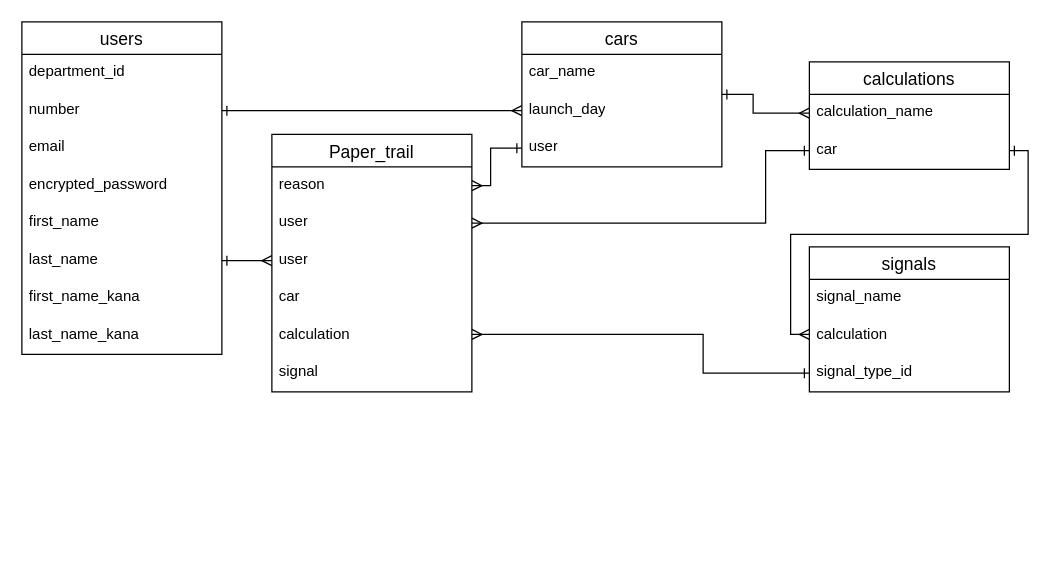
The draw.io diagram er.dio in haru-mq/trace-42193, before the edit. Source tidied: cells renumbered, new cells numbered last; positions are measured from the earlier drawing's top-left corner, leaving out a move shared by most shapes. Both pictures are drawn from the tidied source at 125%, with x=0, y=0 at pixel (21, 21).
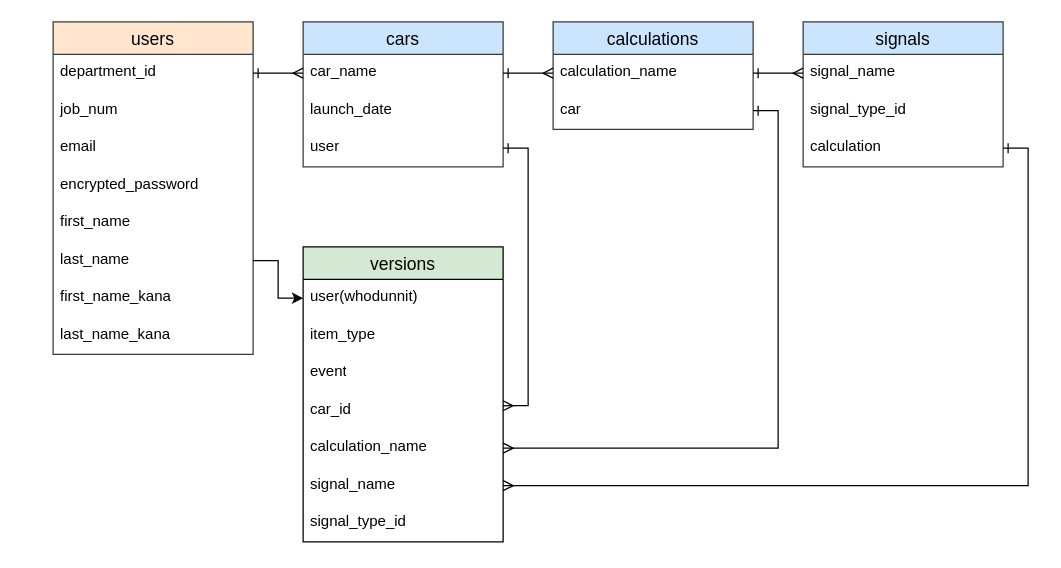
After the change.

The change refers to these unchanged cells:
```xml
<mxCell id="3" value="department_id" style="text;strokeColor=none;fillColor=none;spacingLeft=4;spacingRight=4;overflow=hidden;points=[[0,0.5],[1,0.5]];portConstraint=eastwest;fontSize=12;whiteSpace=wrap;html=1;" parent="2" vertex="1">
  <mxGeometry y="26" width="160" height="30" as="geometry" />
</mxCell>
<mxCell id="8" value="last_name" style="text;strokeColor=none;fillColor=none;spacingLeft=4;spacingRight=4;overflow=hidden;points=[[0,0.5],[1,0.5]];portConstraint=eastwest;fontSize=12;whiteSpace=wrap;html=1;" parent="2" vertex="1">
  <mxGeometry y="176" width="160" height="30" as="geometry" />
</mxCell>
<mxCell id="12" value="car_name" style="text;strokeColor=none;fillColor=none;spacingLeft=4;spacingRight=4;overflow=hidden;points=[[0,0.5],[1,0.5]];portConstraint=eastwest;fontSize=12;whiteSpace=wrap;html=1;" parent="11" vertex="1">
  <mxGeometry y="26" width="160" height="30" as="geometry" />
</mxCell>
<mxCell id="14" value="user" style="text;strokeColor=none;fillColor=none;spacingLeft=4;spacingRight=4;overflow=hidden;points=[[0,0.5],[1,0.5]];portConstraint=eastwest;fontSize=12;whiteSpace=wrap;html=1;" parent="11" vertex="1">
  <mxGeometry y="86" width="160" height="30" as="geometry" />
</mxCell>
<mxCell id="16" value="calculation_name" style="text;strokeColor=none;fillColor=none;spacingLeft=4;spacingRight=4;overflow=hidden;points=[[0,0.5],[1,0.5]];portConstraint=eastwest;fontSize=12;whiteSpace=wrap;html=1;" parent="15" vertex="1">
  <mxGeometry y="26" width="160" height="30" as="geometry" />
</mxCell>
<mxCell id="17" value="car" style="text;strokeColor=none;fillColor=none;spacingLeft=4;spacingRight=4;overflow=hidden;points=[[0,0.5],[1,0.5]];portConstraint=eastwest;fontSize=12;whiteSpace=wrap;html=1;" parent="15" vertex="1">
  <mxGeometry y="56" width="160" height="30" as="geometry" />
</mxCell>
<mxCell id="19" value="signal_name" style="text;strokeColor=none;fillColor=none;spacingLeft=4;spacingRight=4;overflow=hidden;points=[[0,0.5],[1,0.5]];portConstraint=eastwest;fontSize=12;whiteSpace=wrap;html=1;" parent="18" vertex="1">
  <mxGeometry y="26" width="160" height="30" as="geometry" />
</mxCell>
```

Diff of the diagram source:
```diff
@@
-    <mxCell id="2" value="users" style="swimlane;fontStyle=0;horizontal=1;startSize=26;align=center;fontSize=14;" parent="1" vertex="1">
-      <mxGeometry width="160" height="266" as="geometry" />
+    <mxCell id="2" value="users" style="swimlane;fontStyle=0;horizontal=1;startSize=26;align=center;fontSize=14;fillColor=#FFE6CC;strokeColor=#36393d;" parent="1" vertex="1">
+      <mxGeometry x="25" width="160" height="266" as="geometry" />
     </mxCell>
@@
-    <mxCell id="4" value="number" style="text;strokeColor=none;fillColor=none;spacingLeft=4;spacingRight=4;overflow=hidden;points=[[0,0.5],[1,0.5]];portConstraint=eastwest;fontSize=12;whiteSpace=wrap;html=1;" parent="2" vertex="1">
+    <mxCell id="4" value="job_num" style="text;strokeColor=none;fillColor=none;spacingLeft=4;spacingRight=4;overflow=hidden;points=[[0,0.5],[1,0.5]];portConstraint=eastwest;fontSize=12;whiteSpace=wrap;html=1;" parent="2" vertex="1">
       <mxGeometry y="56" width="160" height="30" as="geometry" />
     </mxCell>
@@
-    <mxCell id="11" value="cars" style="swimlane;fontStyle=0;horizontal=1;startSize=26;align=center;fontSize=14;" parent="1" vertex="1">
-      <mxGeometry x="400" width="160" height="116" as="geometry" />
+    <mxCell id="11" value="cars" style="swimlane;fontStyle=0;horizontal=1;startSize=26;align=center;fontSize=14;fillColor=#cce5ff;strokeColor=#36393d;" parent="1" vertex="1">
+      <mxGeometry x="225" width="160" height="116" as="geometry" />
     </mxCell>
@@
-    <mxCell id="13" value="launch_day" style="text;strokeColor=none;fillColor=none;spacingLeft=4;spacingRight=4;overflow=hidden;points=[[0,0.5],[1,0.5]];portConstraint=eastwest;fontSize=12;whiteSpace=wrap;html=1;" parent="11" vertex="1">
+    <mxCell id="13" value="launch_date" style="text;strokeColor=none;fillColor=none;spacingLeft=4;spacingRight=4;overflow=hidden;points=[[0,0.5],[1,0.5]];portConstraint=eastwest;fontSize=12;whiteSpace=wrap;html=1;" parent="11" vertex="1">
       <mxGeometry y="56" width="160" height="30" as="geometry" />
     </mxCell>
@@
-    <mxCell id="15" value="calculations" style="swimlane;fontStyle=0;horizontal=1;startSize=26;align=center;fontSize=14;" parent="1" vertex="1">
-      <mxGeometry x="630" y="32" width="160" height="86" as="geometry" />
+    <mxCell id="15" value="calculations" style="swimlane;fontStyle=0;horizontal=1;startSize=26;align=center;fontSize=14;fillColor=#cce5ff;strokeColor=#36393d;" parent="1" vertex="1">
+      <mxGeometry x="425" width="160" height="86" as="geometry" />
     </mxCell>
@@
-    <mxCell id="18" value="signals" style="swimlane;fontStyle=0;horizontal=1;startSize=26;align=center;fontSize=14;" parent="1" vertex="1">
-      <mxGeometry x="630" y="180" width="160" height="116" as="geometry" />
+    <mxCell id="18" value="signals" style="swimlane;fontStyle=0;horizontal=1;startSize=26;align=center;fontSize=14;fillColor=#cce5ff;strokeColor=#36393d;" parent="1" vertex="1">
+      <mxGeometry x="625" width="160" height="116" as="geometry" />
     </mxCell>
@@
-    <mxCell id="20" value="calculation" style="text;strokeColor=none;fillColor=none;spacingLeft=4;spacingRight=4;overflow=hidden;fontSize=12;whiteSpace=wrap;html=1;" parent="18" vertex="1">
+    <mxCell id="20" value="&lt;span style=&quot;color: rgb(0, 0, 0);&quot;&gt;signal_type_id&lt;/span&gt;" style="text;strokeColor=none;fillColor=none;spacingLeft=4;spacingRight=4;overflow=hidden;fontSize=12;whiteSpace=wrap;html=1;" parent="18" vertex="1">
       <mxGeometry y="56" width="160" height="30" as="geometry" />
     </mxCell>
-    <mxCell id="21" value="signal_type_id" style="text;strokeColor=none;fillColor=none;spacingLeft=4;spacingRight=4;overflow=hidden;points=[[0,0.5],[1,0.5]];portConstraint=eastwest;fontSize=12;whiteSpace=wrap;html=1;" parent="18" vertex="1">
+    <mxCell id="21" value="calculation" style="text;strokeColor=none;fillColor=none;spacingLeft=4;spacingRight=4;overflow=hidden;points=[[0,0.5],[1,0.5]];portConstraint=eastwest;fontSize=12;whiteSpace=wrap;html=1;" parent="18" vertex="1">
       <mxGeometry y="86" width="160" height="30" as="geometry" />
     </mxCell>
-    <mxCell id="22" value="Paper_trail" style="swimlane;fontStyle=0;horizontal=1;startSize=26;align=center;fontSize=14;" parent="1" vertex="1">
-      <mxGeometry x="200" y="90" width="160" height="206" as="geometry" />
+    <mxCell id="22" value="versions" style="swimlane;fontStyle=0;horizontal=1;startSize=26;align=center;fontSize=14;fillColor=#d5e8d4;strokeColor=light-dark(#000000, #446e2c);" parent="1" vertex="1">
+      <mxGeometry x="225" y="180" width="160" height="236" as="geometry" />
     </mxCell>
-    <mxCell id="23" value="reason" style="text;strokeColor=none;fillColor=none;spacingLeft=4;spacingRight=4;overflow=hidden;points=[[0,0.5],[1,0.5]];portConstraint=eastwest;fontSize=12;whiteSpace=wrap;html=1;" parent="22" vertex="1">
+    <mxCell id="23" value="user(whodunnit)" style="text;strokeColor=none;fillColor=none;spacingLeft=4;spacingRight=4;overflow=hidden;points=[[0,0.5],[1,0.5]];portConstraint=eastwest;fontSize=12;whiteSpace=wrap;html=1;" parent="22" vertex="1">
       <mxGeometry y="26" width="160" height="30" as="geometry" />
     </mxCell>
-    <mxCell id="24" value="user" style="text;strokeColor=none;fillColor=none;spacingLeft=4;spacingRight=4;overflow=hidden;points=[[0,0.5],[1,0.5]];portConstraint=eastwest;fontSize=12;whiteSpace=wrap;html=1;" parent="22" vertex="1">
-      <mxGeometry y="56" width="160" height="30" as="geometry" />
-    </mxCell>
-    <mxCell id="25" value="user" style="text;strokeColor=none;fillColor=none;spacingLeft=4;spacingRight=4;overflow=hidden;points=[[0,0.5],[1,0.5]];portConstraint=eastwest;fontSize=12;whiteSpace=wrap;html=1;" parent="22" vertex="1">
-      <mxGeometry y="86" width="160" height="30" as="geometry" />
+    <mxCell id="25" value="item_type" style="text;strokeColor=none;fillColor=none;spacingLeft=4;spacingRight=4;overflow=hidden;points=[[0,0.5],[1,0.5]];portConstraint=eastwest;fontSize=12;whiteSpace=wrap;html=1;" parent="22" vertex="1">
+      <mxGeometry y="56" width="160" height="30" as="geometry" />
     </mxCell>
-    <mxCell id="26" value="car" style="text;strokeColor=none;fillColor=none;spacingLeft=4;spacingRight=4;overflow=hidden;fontSize=12;whiteSpace=wrap;html=1;" parent="22" vertex="1">
-      <mxGeometry y="116" width="160" height="30" as="geometry" />
+    <mxCell id="26" value="event" style="text;strokeColor=none;fillColor=none;spacingLeft=4;spacingRight=4;overflow=hidden;fontSize=12;whiteSpace=wrap;html=1;" parent="22" vertex="1">
+      <mxGeometry y="86" width="160" height="30" as="geometry" />
     </mxCell>
-    <mxCell id="27" value="calculation" style="text;strokeColor=none;fillColor=none;spacingLeft=4;spacingRight=4;overflow=hidden;points=[[0,0.5],[1,0.5]];portConstraint=eastwest;fontSize=12;whiteSpace=wrap;html=1;" parent="22" vertex="1">
-      <mxGeometry y="146" width="160" height="30" as="geometry" />
+    <mxCell id="27" value="car_id" style="text;strokeColor=none;fillColor=none;spacingLeft=4;spacingRight=4;overflow=hidden;points=[[0,0.5],[1,0.5]];portConstraint=eastwest;fontSize=12;whiteSpace=wrap;html=1;" parent="22" vertex="1">
+      <mxGeometry y="116" width="160" height="30" as="geometry" />
     </mxCell>
-    <mxCell id="28" value="signal" style="text;strokeColor=none;fillColor=none;spacingLeft=4;spacingRight=4;overflow=hidden;points=[[0,0.5],[1,0.5]];portConstraint=eastwest;fontSize=12;whiteSpace=wrap;html=1;" parent="22" vertex="1">
-      <mxGeometry y="176" width="160" height="30" as="geometry" />
+    <mxCell id="28" value="calculation_name" style="text;strokeColor=none;fillColor=none;spacingLeft=4;spacingRight=4;overflow=hidden;points=[[0,0.5],[1,0.5]];portConstraint=eastwest;fontSize=12;whiteSpace=wrap;html=1;" parent="22" vertex="1">
+      <mxGeometry y="146" width="160" height="30" as="geometry" />
     </mxCell>
-    <mxCell id="29" style="edgeStyle=none;html=1;exitX=1;exitY=0.5;exitDx=0;exitDy=0;entryX=0;entryY=0.5;entryDx=0;entryDy=0;startArrow=ERone;startFill=0;endArrow=ERmany;endFill=0;" parent="1" edge="1" source="4" target="13">
-      <mxGeometry relative="1" as="geometry" />
-    </mxCell>
-    <mxCell id="30" style="edgeStyle=none;html=1;exitX=1;exitY=0.5;exitDx=0;exitDy=0;entryX=0;entryY=0.5;entryDx=0;entryDy=0;startArrow=ERone;startFill=0;endArrow=ERmany;endFill=0;" parent="1" edge="1" source="8" target="25">
-      <mxGeometry relative="1" as="geometry" />
-    </mxCell>
-    <mxCell id="31" style="edgeStyle=orthogonalEdgeStyle;html=1;exitX=0;exitY=0.5;exitDx=0;exitDy=0;entryX=1;entryY=0.5;entryDx=0;entryDy=0;rounded=0;curved=0;endArrow=ERmany;endFill=0;startArrow=ERone;startFill=0;" parent="1" edge="1" source="14">
-      <mxGeometry relative="1" as="geometry">
-        <mxPoint x="360" y="131" as="targetPoint" />
-        <Array as="points">
-          <mxPoint x="375" y="101" />
-          <mxPoint x="375" y="131" />
-        </Array>
-      </mxGeometry>
-    </mxCell>
-    <mxCell id="32" style="edgeStyle=orthogonalEdgeStyle;html=1;entryX=1;entryY=0.5;entryDx=0;entryDy=0;rounded=0;curved=0;endArrow=ERone;endFill=0;startArrow=ERmany;startFill=0;" parent="1" edge="1">
-      <mxGeometry relative="1" as="geometry">
-        <mxPoint x="630" y="250" as="sourcePoint" />
-        <mxPoint x="790" y="103" as="targetPoint" />
-        <Array as="points">
-          <mxPoint x="615" y="250" />
-          <mxPoint x="615" y="170" />
-          <mxPoint x="805" y="170" />
-          <mxPoint x="805" y="103" />
-        </Array>
-      </mxGeometry>
-    </mxCell>
-    <mxCell id="33" style="edgeStyle=orthogonalEdgeStyle;html=1;exitX=0;exitY=0.5;exitDx=0;exitDy=0;entryX=1;entryY=0.5;entryDx=0;entryDy=0;rounded=0;curved=0;endArrow=ERmany;endFill=0;startArrow=ERone;startFill=0;" parent="1" edge="1" source="17" target="24">
-      <mxGeometry relative="1" as="geometry">
-        <Array as="points">
-          <mxPoint x="595" y="103" />
-          <mxPoint x="595" y="161" />
-        </Array>
-      </mxGeometry>
-    </mxCell>
-    <mxCell id="34" style="edgeStyle=orthogonalEdgeStyle;html=1;exitX=0;exitY=0.5;exitDx=0;exitDy=0;rounded=0;curved=0;endArrow=ERmany;endFill=0;startArrow=ERone;startFill=0;" parent="1" edge="1" source="21">
-      <mxGeometry relative="1" as="geometry">
-        <mxPoint x="360" y="250" as="targetPoint" />
-        <Array as="points">
-          <mxPoint x="545" y="281" />
-          <mxPoint x="545" y="250" />
-          <mxPoint x="360" y="250" />
-        </Array>
-      </mxGeometry>
-    </mxCell>
-    <mxCell id="35" style="edgeStyle=orthogonalEdgeStyle;html=1;exitX=1;exitY=0.5;exitDx=0;exitDy=0;rounded=0;curved=0;endArrow=ERmany;endFill=0;startArrow=ERone;startFill=0;entryX=0;entryY=0.5;entryDx=0;entryDy=0;" parent="1" edge="1" source="11" target="16">
-      <mxGeometry relative="1" as="geometry">
-        <Array as="points">
-          <mxPoint x="585" y="58" />
-          <mxPoint x="585" y="73" />
-        </Array>
-      </mxGeometry>
-    </mxCell>
+    <mxCell id="36" value="signal_name" style="text;strokeColor=none;fillColor=none;spacingLeft=4;spacingRight=4;overflow=hidden;points=[[0,0.5],[1,0.5]];portConstraint=eastwest;fontSize=12;whiteSpace=wrap;html=1;" parent="22" vertex="1">
+      <mxGeometry y="176" width="160" height="30" as="geometry" />
+    </mxCell>
+    <mxCell id="37" value="signal_type_id" style="text;strokeColor=none;fillColor=none;spacingLeft=4;spacingRight=4;overflow=hidden;fontSize=12;whiteSpace=wrap;html=1;" parent="22" vertex="1">
+      <mxGeometry y="206" width="160" height="30" as="geometry" />
+    </mxCell>
+    <mxCell id="38" style="edgeStyle=none;html=1;exitX=1;exitY=0.5;exitDx=0;exitDy=0;entryX=0;entryY=0.5;entryDx=0;entryDy=0;startArrow=ERone;startFill=0;endArrow=ERmany;endFill=0;" parent="1" edge="1" source="3" target="12">
+      <mxGeometry relative="1" as="geometry" />
+    </mxCell>
+    <mxCell id="39" style="edgeStyle=none;html=1;exitX=1;exitY=0.5;exitDx=0;exitDy=0;entryX=0;entryY=0.5;entryDx=0;entryDy=0;startArrow=ERone;startFill=0;endArrow=ERmany;endFill=0;" parent="1" edge="1" source="12" target="16">
+      <mxGeometry relative="1" as="geometry" />
+    </mxCell>
+    <mxCell id="40" style="edgeStyle=none;html=1;exitX=1;exitY=0.5;exitDx=0;exitDy=0;entryX=0;entryY=0.5;entryDx=0;entryDy=0;startArrow=ERone;startFill=0;endArrow=ERmany;endFill=0;" parent="1" edge="1" source="16" target="19">
+      <mxGeometry relative="1" as="geometry" />
+    </mxCell>
+    <mxCell id="41" style="edgeStyle=none;html=1;exitX=1;exitY=0.5;exitDx=0;exitDy=0;rounded=0;curved=0;entryX=0.999;entryY=0.37;entryDx=0;entryDy=0;startArrow=ERone;startFill=0;endArrow=ERmany;endFill=0;entryPerimeter=0;" parent="1" edge="1" source="14" target="27">
+      <mxGeometry relative="1" as="geometry">
+        <Array as="points">
+          <mxPoint x="405" y="101" />
+          <mxPoint x="405" y="307" />
+        </Array>
+      </mxGeometry>
+    </mxCell>
+    <mxCell id="42" style="edgeStyle=none;html=1;exitX=1;exitY=0.5;exitDx=0;exitDy=0;rounded=0;curved=0;startArrow=ERone;startFill=0;endArrow=ERmany;endFill=0;" parent="1" edge="1" source="17" target="28">
+      <mxGeometry relative="1" as="geometry">
+        <Array as="points">
+          <mxPoint x="605" y="71" />
+          <mxPoint x="605" y="341" />
+        </Array>
+      </mxGeometry>
+    </mxCell>
+    <mxCell id="43" style="edgeStyle=none;html=1;exitX=1;exitY=0.5;exitDx=0;exitDy=0;entryX=1;entryY=0.5;entryDx=0;entryDy=0;rounded=0;curved=0;startArrow=ERone;startFill=0;endArrow=ERmany;endFill=0;" parent="1" edge="1" source="21" target="36">
+      <mxGeometry relative="1" as="geometry">
+        <Array as="points">
+          <mxPoint x="805" y="101" />
+          <mxPoint x="805" y="371" />
+        </Array>
+      </mxGeometry>
+    </mxCell>
+    <mxCell id="44" style="edgeStyle=none;html=1;exitX=1;exitY=0.5;exitDx=0;exitDy=0;entryX=0;entryY=0.5;entryDx=0;entryDy=0;rounded=0;curved=0;" parent="1" edge="1" source="8" target="23">
+      <mxGeometry relative="1" as="geometry">
+        <Array as="points">
+          <mxPoint x="205" y="191" />
+          <mxPoint x="205" y="221" />
+        </Array>
+      </mxGeometry>
+    </mxCell>
```
